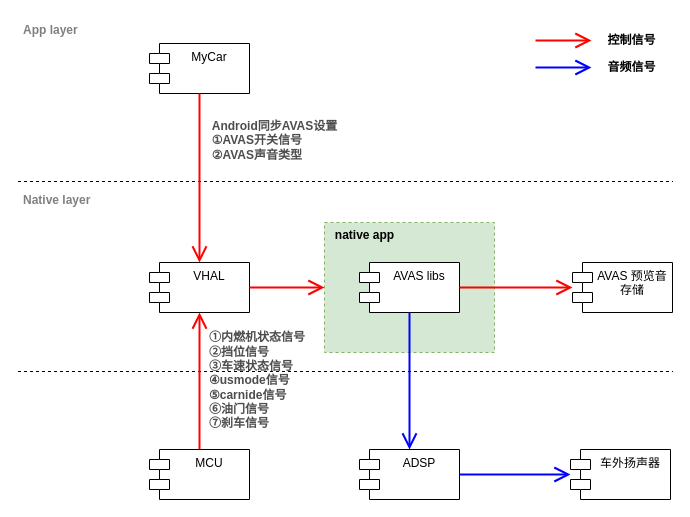
The draw.io diagram page "第 2 页" (2 of 3) of e02/未命名绘图.drawio in 791620110/A-drawio, before the edit. Source tidied: cells renumbered, new cells numbered last; positions are measured from the earlier drawing's top-left corner, leaving out a move shared by most shapes. Both pictures are drawn from the tidied source at 100%, with x=0, y=0 at pixel (17, 17).
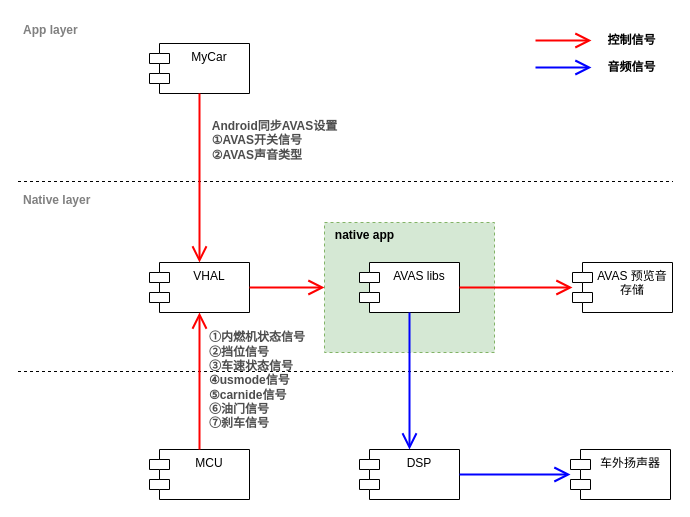
After the change.

Commit message:
更新未命名绘图.drawio

The edit, as a diff of the source:
```diff
@@
-    <mxCell id="20" value="ADSP" style="shape=module;align=left;spacingLeft=20;align=center;verticalAlign=top;whiteSpace=wrap;html=1;" parent="1" vertex="1">
+    <mxCell id="20" value="DSP" style="shape=module;align=left;spacingLeft=20;align=center;verticalAlign=top;whiteSpace=wrap;html=1;" parent="1" vertex="1">
       <mxGeometry x="342" y="432" width="100" height="50" as="geometry" />
     </mxCell>
```
